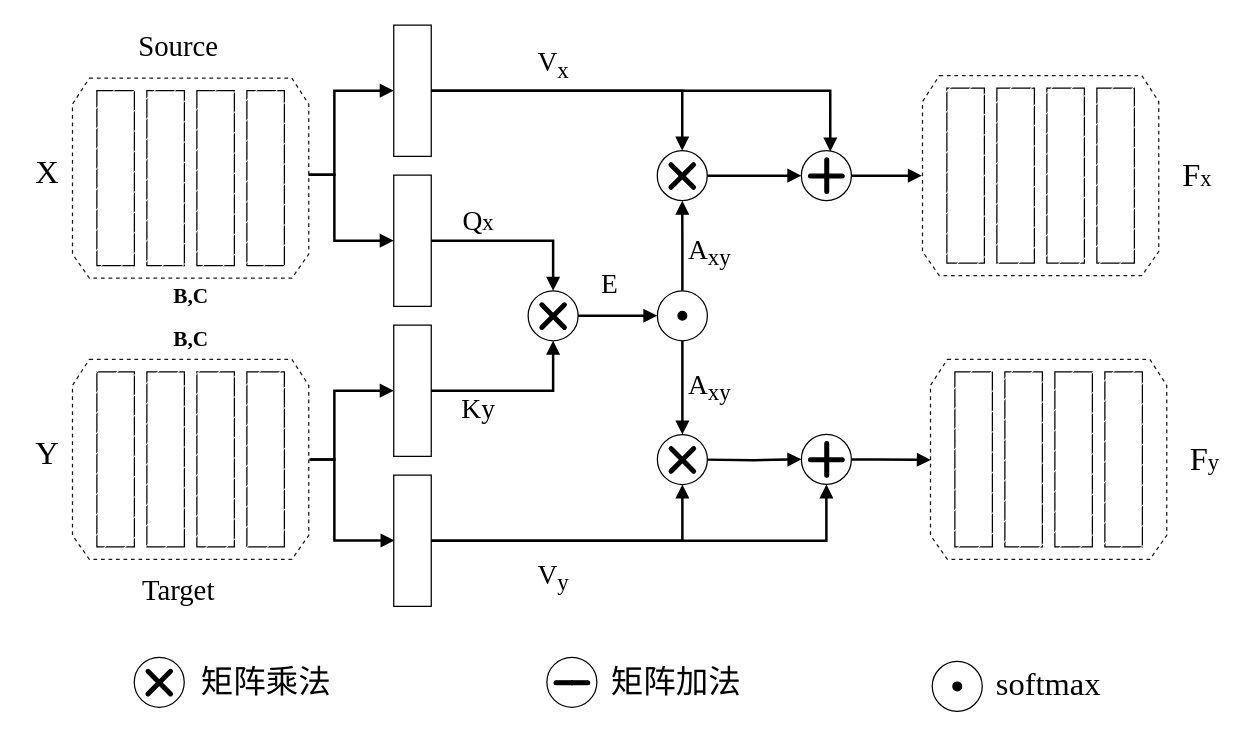
This is 未命名绘图4.drawio from hyxy1906sbr/intelagr, a draw.io file, before an edit. Source tidied: cells renumbered, new cells numbered last; positions are measured from the earlier drawing's top-left corner, leaving out a move shared by most shapes. Both pictures are drawn from the tidied source at 125%, with x=0, y=0 at pixel (21, 21).
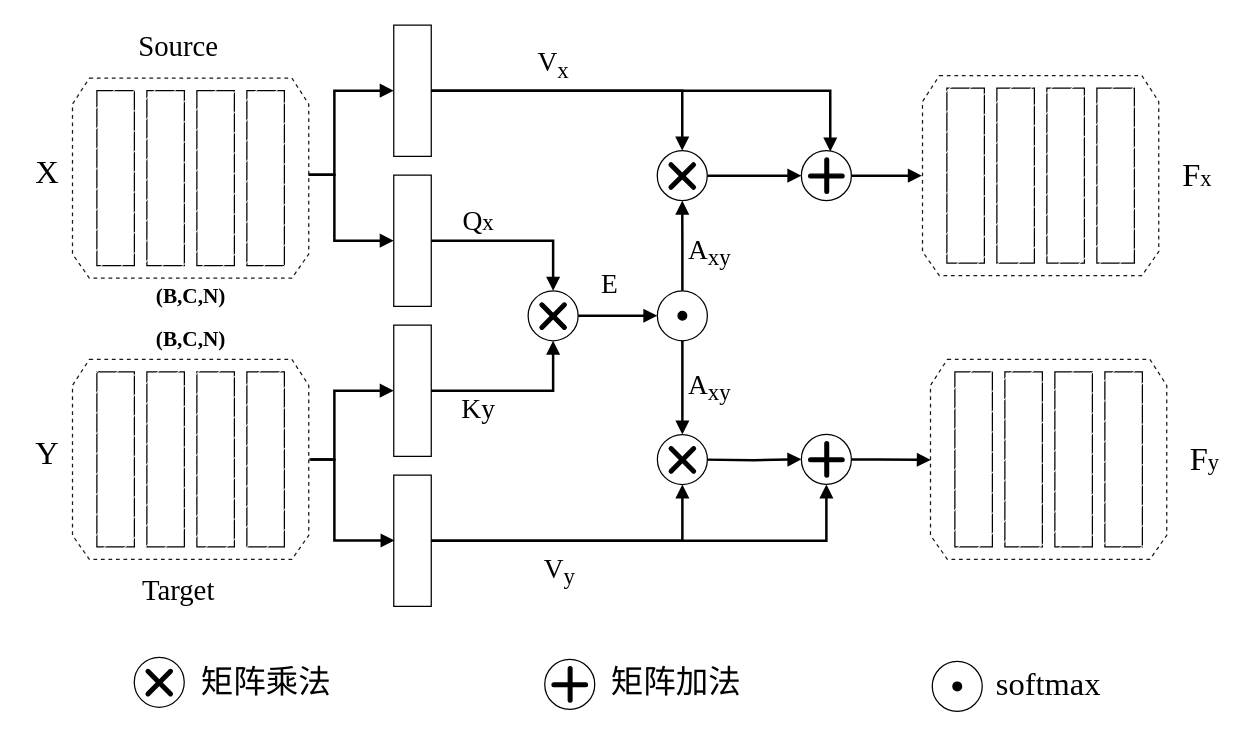
Above is the later version.

Commit message (it also covers changes not shown here):
更新未命名绘图4.drawio

The edit, as a diff of the source:
```diff
@@
-    <mxCell id="25" value="&lt;b style=&quot;font-size: 17px;&quot;&gt;&lt;font style=&quot;font-size: 17px;&quot;&gt;B,C&lt;/font&gt;&lt;/b&gt;" style="text;html=1;align=center;verticalAlign=middle;strokeColor=none;fillColor=none;fontSize=17;fontFamily=Times New Roman;" parent="1" vertex="1">
-      <mxGeometry x="110" y="205" width="50" height="30" as="geometry" />
+    <mxCell id="25" value="&lt;b style=&quot;font-size: 17px;&quot;&gt;&lt;font style=&quot;font-size: 17px;&quot;&gt;(B,C,N)&lt;/font&gt;&lt;/b&gt;" style="text;html=1;align=center;verticalAlign=middle;strokeColor=none;fillColor=none;fontSize=17;fontFamily=Times New Roman;" parent="1" vertex="1">
+      <mxGeometry x="95" y="205" width="80" height="30" as="geometry" />
     </mxCell>
@@
-    <mxCell id="48" style="group;" parent="1" vertex="1">
-      <mxGeometry x="420" y="500" width="168.3" height="56.6" as="geometry" />
-    </mxCell>
-    <mxCell id="49" value="&lt;font face=&quot;宋体&quot;&gt;矩阵加法&lt;/font&gt;" style="text;html=1;align=center;verticalAlign=middle;strokeColor=none;fillColor=none;fontSize=26;fontFamily=Times New Roman;" parent="48" vertex="1">
-      <mxGeometry x="38.3" y="3.3" width="130" height="50" as="geometry" />
-    </mxCell>
-    <mxCell id="50" style="group;" parent="48" vertex="1">
-      <mxGeometry y="8.3" width="40" height="40" as="geometry" />
-    </mxCell>
-    <mxCell id="51" style="ellipse;whiteSpace=wrap;html=1;fillStyle=auto;strokeColor=#000000;fillColor=#ffffff;fontFamily=Times New Roman;" parent="50" vertex="1">
-      <mxGeometry width="40" height="40" as="geometry" />
-    </mxCell>
-    <mxCell id="52" style="edgeStyle=none;rounded=0;orthogonalLoop=1;jettySize=auto;html=1;exitX=0;exitY=1;exitDx=0;exitDy=0;strokeWidth=3;fontColor=#ffffff;startArrow=none;startFill=0;endArrow=none;endFill=0;fontFamily=Times New Roman;" parent="50" edge="1" source="51" target="51">
-      <mxGeometry relative="1" as="geometry" />
-    </mxCell>
-    <mxCell id="53" style="edgeStyle=none;rounded=1;orthogonalLoop=1;jettySize=auto;html=1;entryX=0;entryY=1;entryDx=0;entryDy=0;strokeWidth=3;fontColor=#ffffff;startArrow=none;startFill=0;endArrow=none;endFill=0;fontFamily=Times New Roman;" parent="50" edge="1" source="51" target="51">
-      <mxGeometry relative="1" as="geometry" />
-    </mxCell>
-    <mxCell id="54" style="group;rotation=90;" parent="50" vertex="1">
-      <mxGeometry x="18.8" y="5.8" width="3" height="28.4" as="geometry" />
-    </mxCell>
-    <mxCell id="55" style="shape=delay;whiteSpace=wrap;html=1;fontFamily=宋体;fontSize=26;fillColor=#000000;rotation=180;" parent="54" vertex="1">
-      <mxGeometry x="-13" y="13" width="14.4" height="3" as="geometry" />
-    </mxCell>
-    <mxCell id="56" style="shape=delay;whiteSpace=wrap;html=1;fontFamily=宋体;fontSize=26;fillColor=#000000;rotation=180;flipH=1;" parent="54" vertex="1">
-      <mxGeometry x="1" y="13" width="14.4" height="3" as="geometry" />
-    </mxCell>
@@
-    <mxCell id="86" value="&lt;b style=&quot;font-size: 17px;&quot;&gt;&lt;font style=&quot;font-size: 17px;&quot;&gt;B,C&lt;/font&gt;&lt;/b&gt;" style="text;html=1;align=center;verticalAlign=middle;strokeColor=none;fillColor=none;fontSize=17;fontFamily=Times New Roman;" parent="1" vertex="1">
-      <mxGeometry x="110" y="240" width="50" height="30" as="geometry" />
-    </mxCell>
@@
     <mxCell id="130" value="&lt;font style=&quot;font-size: 22px;&quot;&gt;V&lt;sub&gt;y&lt;/sub&gt;&lt;/font&gt;" style="text;html=1;align=center;verticalAlign=middle;strokeColor=none;fillColor=none;fontFamily=Times New Roman;" parent="1" vertex="1">
-      <mxGeometry x="400" y="425" width="50" height="40" as="geometry" />
+      <mxGeometry x="404.9" y="420" width="50" height="40" as="geometry" />
     </mxCell>
@@
+    <mxCell id="162" style="group;fontSize=17;" parent="1" vertex="1">
+      <mxGeometry x="418.3" y="510" width="40" height="40" as="geometry" />
+    </mxCell>
+    <mxCell id="163" style="ellipse;whiteSpace=wrap;html=1;fillStyle=auto;strokeColor=#000000;fillColor=#ffffff;fontFamily=Times New Roman;fontSize=17;" parent="162" vertex="1">
+      <mxGeometry width="40" height="40" as="geometry" />
+    </mxCell>
+    <mxCell id="164" style="edgeStyle=none;rounded=0;orthogonalLoop=1;jettySize=auto;html=1;exitX=1;exitY=0;exitDx=0;exitDy=0;strokeWidth=3;fontColor=#ffffff;startArrow=none;startFill=0;endArrow=none;endFill=0;fontFamily=Times New Roman;fontSize=17;" parent="162" edge="1" source="163" target="163">
+      <mxGeometry relative="1" as="geometry" />
+    </mxCell>
+    <mxCell id="165" style="edgeStyle=none;rounded=0;orthogonalLoop=1;jettySize=auto;html=1;exitX=1;exitY=0;exitDx=0;exitDy=0;strokeWidth=3;fontColor=#ffffff;startArrow=none;startFill=0;endArrow=none;endFill=0;fontFamily=Times New Roman;fontSize=17;" parent="162" edge="1" source="163" target="163">
+      <mxGeometry relative="1" as="geometry" />
+    </mxCell>
+    <mxCell id="166" style="edgeStyle=none;rounded=0;orthogonalLoop=1;jettySize=auto;html=1;exitX=0;exitY=1;exitDx=0;exitDy=0;strokeWidth=3;fontColor=#ffffff;startArrow=none;startFill=0;endArrow=none;endFill=0;fontFamily=Times New Roman;fontSize=17;" parent="162" edge="1" source="163" target="163">
+      <mxGeometry relative="1" as="geometry" />
+    </mxCell>
+    <mxCell id="167" style="edgeStyle=none;rounded=1;orthogonalLoop=1;jettySize=auto;html=1;entryX=0;entryY=1;entryDx=0;entryDy=0;strokeWidth=3;fontColor=#ffffff;startArrow=none;startFill=0;endArrow=none;endFill=0;fontFamily=Times New Roman;fontSize=17;" parent="162" edge="1" source="163" target="163">
+      <mxGeometry relative="1" as="geometry" />
+    </mxCell>
+    <mxCell id="168" style="group;fontSize=17;" parent="162" vertex="1">
+      <mxGeometry x="18.8" y="5.8" width="3" height="28.4" as="geometry" />
+    </mxCell>
+    <mxCell id="169" style="shape=delay;whiteSpace=wrap;html=1;fontFamily=宋体;fontSize=26;fillColor=#000000;rotation=90;" parent="168" vertex="1">
+      <mxGeometry x="-5.7" y="19.7" width="14.4" height="3" as="geometry" />
+    </mxCell>
+    <mxCell id="170" style="shape=delay;whiteSpace=wrap;html=1;fontFamily=宋体;fontSize=26;fillColor=#000000;rotation=90;flipH=1;" parent="168" vertex="1">
+      <mxGeometry x="-5.7" y="5.7" width="14.4" height="3" as="geometry" />
+    </mxCell>
+    <mxCell id="171" style="group;rotation=90;fontSize=17;" parent="162" vertex="1">
+      <mxGeometry x="18.8" y="5.8" width="3" height="28.4" as="geometry" />
+    </mxCell>
+    <mxCell id="55" style="shape=delay;whiteSpace=wrap;html=1;fontFamily=宋体;fontSize=26;fillColor=#000000;rotation=180;" parent="171" vertex="1">
+      <mxGeometry x="-13" y="13" width="14.4" height="3" as="geometry" />
+    </mxCell>
+    <mxCell id="56" style="shape=delay;whiteSpace=wrap;html=1;fontFamily=宋体;fontSize=26;fillColor=#000000;rotation=180;flipH=1;" parent="171" vertex="1">
+      <mxGeometry x="1" y="13" width="14.4" height="3" as="geometry" />
+    </mxCell>
+    <mxCell id="49" value="&lt;font face=&quot;宋体&quot;&gt;矩阵加法&lt;/font&gt;" style="text;html=1;align=center;verticalAlign=middle;strokeColor=none;fillColor=none;fontSize=26;fontFamily=Times New Roman;" parent="1" vertex="1">
+      <mxGeometry x="458.3" y="503.3" width="130" height="50" as="geometry" />
+    </mxCell>
+    <mxCell id="52" style="edgeStyle=none;rounded=0;orthogonalLoop=1;jettySize=auto;html=1;exitX=0;exitY=1;exitDx=0;exitDy=0;strokeWidth=3;fontColor=#ffffff;startArrow=none;startFill=0;endArrow=none;endFill=0;fontFamily=Times New Roman;" parent="1" edge="1">
+      <mxGeometry relative="1" as="geometry">
+        <mxPoint x="431.9" y="470" as="sourcePoint" />
+        <mxPoint x="431.9" y="470" as="targetPoint" />
+      </mxGeometry>
+    </mxCell>
+    <mxCell id="53" style="edgeStyle=none;rounded=1;orthogonalLoop=1;jettySize=auto;html=1;entryX=0;entryY=1;entryDx=0;entryDy=0;strokeWidth=3;fontColor=#ffffff;startArrow=none;startFill=0;endArrow=none;endFill=0;fontFamily=Times New Roman;" parent="1" edge="1">
+      <mxGeometry relative="1" as="geometry">
+        <mxPoint x="431.9" y="470" as="sourcePoint" />
+        <mxPoint x="431.9" y="470" as="targetPoint" />
+      </mxGeometry>
+    </mxCell>
+    <mxCell id="172" value="&lt;b style=&quot;font-size: 17px;&quot;&gt;&lt;font style=&quot;font-size: 17px;&quot;&gt;(B,C,N)&lt;/font&gt;&lt;/b&gt;" style="text;html=1;align=center;verticalAlign=middle;strokeColor=none;fillColor=none;fontSize=17;fontFamily=Times New Roman;" parent="1" vertex="1">
+      <mxGeometry x="95" y="240" width="80" height="30" as="geometry" />
+    </mxCell>
```
